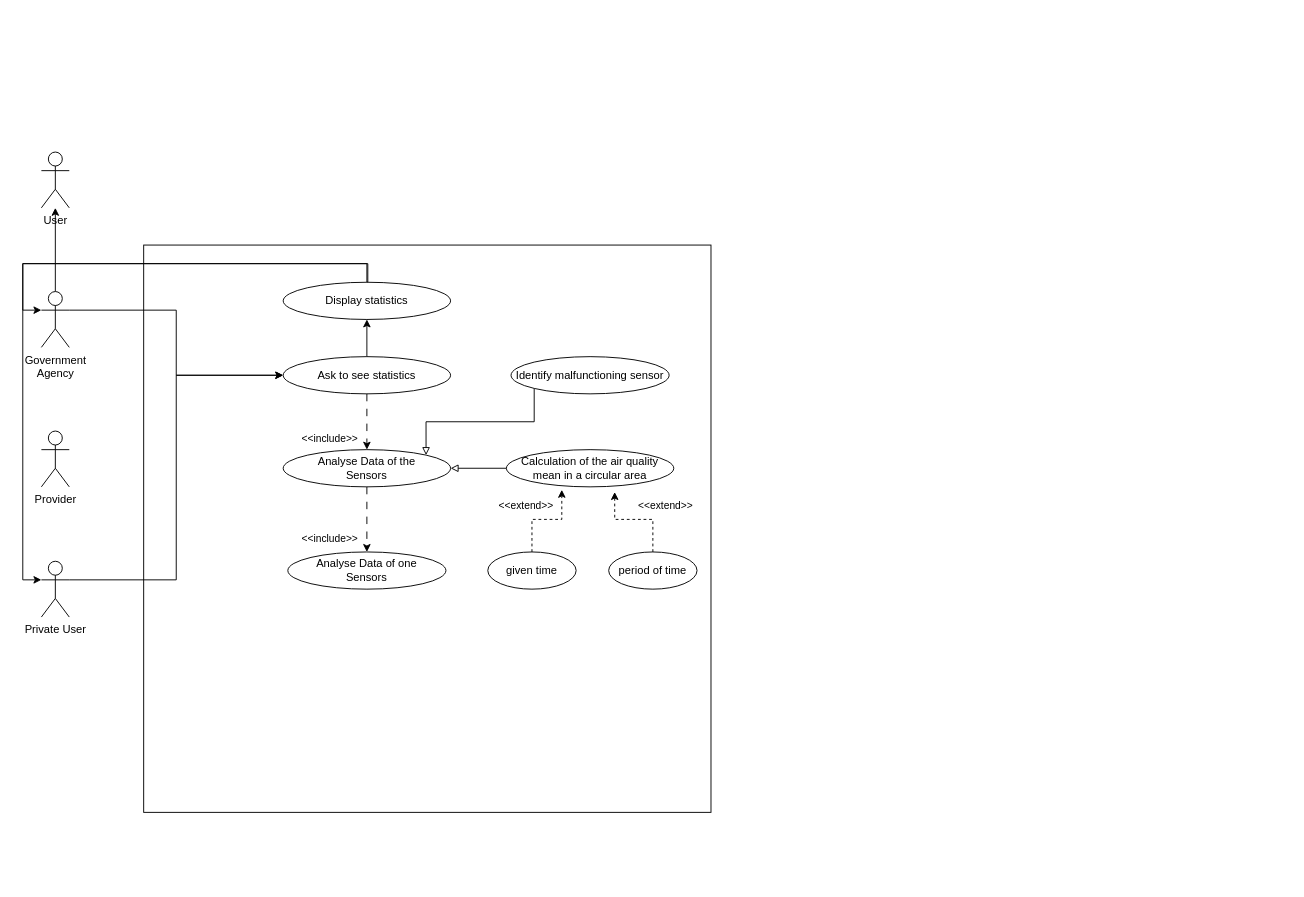
Earlier version of the draw.io diagram UseCaseDiagram.drawio (A-Allaz/ProjetUML). Source tidied: cells renumbered, new cells numbered last; positions are measured from the earlier drawing's top-left corner, leaving out a move shared by most shapes. Both pictures are drawn from the tidied source at 93%, with x=0, y=0 at pixel (22, 152).
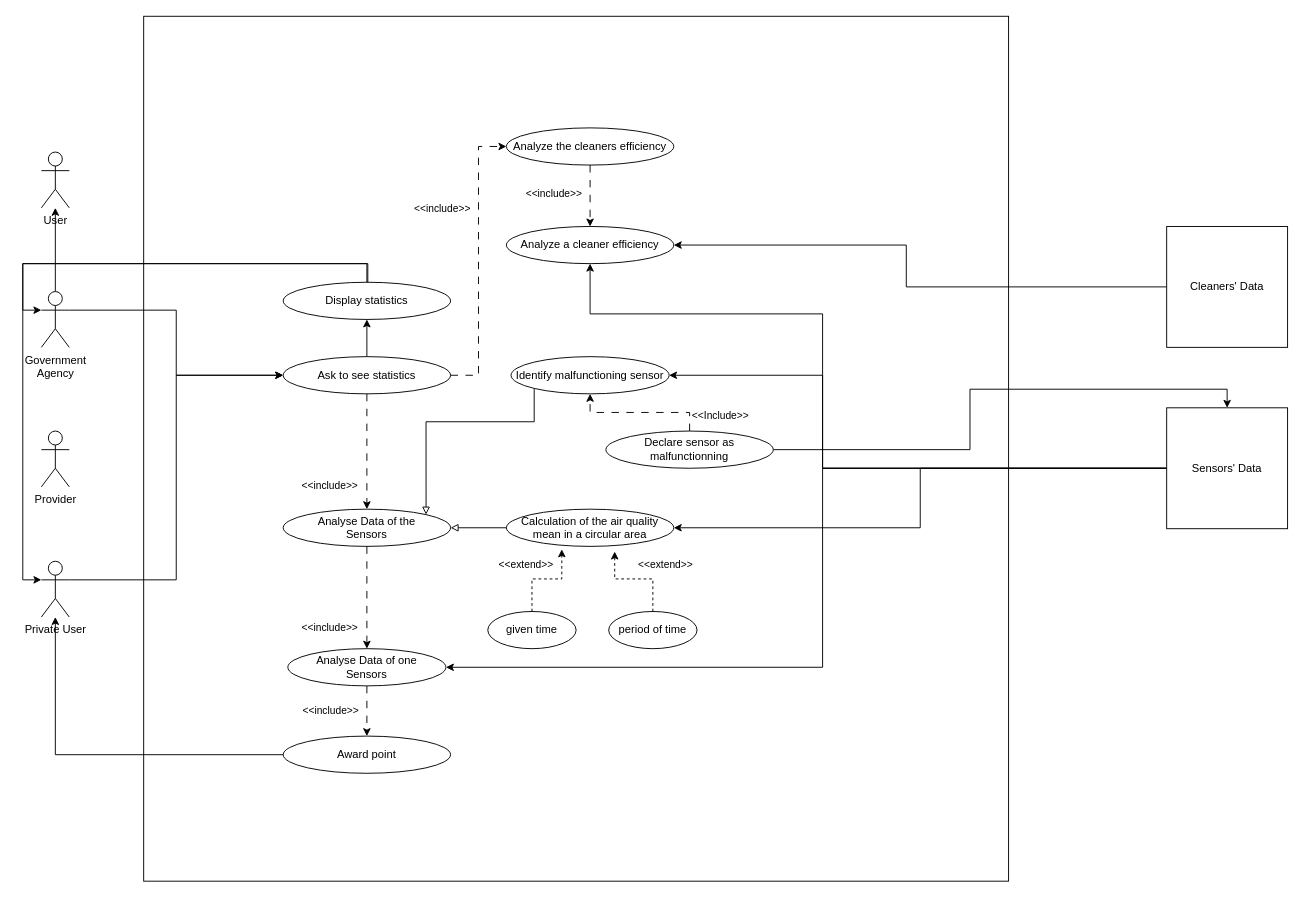
After the change.

Commit message (it also covers changes not shown here):
Suite du diagramme de cas d'usages.

Unchanged cells that the change refers to:
```xml
<mxCell id="9" value="Private User" style="shape=umlActor;verticalLabelPosition=bottom;verticalAlign=top;html=1;outlineConnect=0;" parent="1" vertex="1">
  <mxGeometry x="20" y="440" width="30" height="60" as="geometry" />
</mxCell>
<mxCell id="12" value="Ask to see statistics" style="ellipse;whiteSpace=wrap;html=1;" parent="1" vertex="1">
  <mxGeometry x="280" y="220" width="180" height="40" as="geometry" />
</mxCell>
<mxCell id="24" value="Identify malfunctioning sensor" style="ellipse;whiteSpace=wrap;html=1;" parent="1" vertex="1">
  <mxGeometry x="525" y="220" width="170" height="40" as="geometry" />
</mxCell>
```

Diff of the diagram source:
```diff
@@
     <mxCell id="2" style="whiteSpace=wrap;html=1;fillColor=default;" parent="1" vertex="1">
-      <mxGeometry x="130" y="100" width="610" height="610" as="geometry" />
+      <mxGeometry x="130" y="-146" width="930" height="930" as="geometry" />
     </mxCell>
@@
+    <mxCell id="27" style="edgeStyle=orthogonalEdgeStyle;rounded=0;jettySize=auto;html=1;exitX=1;exitY=0.5;exitDx=0;exitDy=0;entryX=0;entryY=0.5;entryDx=0;entryDy=0;dashed=1;dashPattern=8 8;" parent="1" edge="1" source="12" target="42">
+      <mxGeometry relative="1" as="geometry" />
+    </mxCell>
+    <mxCell id="28" value="&amp;lt;&amp;lt;include&amp;gt;&amp;gt;" style="edgeLabel;html=1;align=center;verticalAlign=middle;" parent="27" vertex="1">
+      <mxGeometry x="-0.01" y="3" relative="1" as="geometry">
+        <mxPoint x="-37" y="-59" as="offset" />
+      </mxGeometry>
+    </mxCell>
@@
     <mxCell id="14" value="Analyse Data of the&lt;div&gt;Sensors&lt;/div&gt;" style="ellipse;whiteSpace=wrap;html=1;" parent="1" vertex="1">
-      <mxGeometry x="280" y="320" width="180" height="40" as="geometry" />
+      <mxGeometry x="280" y="384" width="180" height="40" as="geometry" />
     </mxCell>
@@
+    <mxCell id="29" style="edgeStyle=orthogonalEdgeStyle;rounded=0;jettySize=auto;html=1;entryX=0.5;entryY=0;entryDx=0;entryDy=0;dashed=1;dashPattern=8 8;" parent="1" edge="1" source="16" target="37">
+      <mxGeometry relative="1" as="geometry" />
+    </mxCell>
+    <mxCell id="30" value="&amp;lt;&amp;lt;include&amp;gt;&amp;gt;" style="edgeLabel;html=1;align=center;verticalAlign=middle;" parent="29" vertex="1">
+      <mxGeometry x="-0.04" relative="1" as="geometry">
+        <mxPoint x="-40" as="offset" />
+      </mxGeometry>
+    </mxCell>
     <mxCell id="16" value="Analyse Data of one&lt;div&gt;Sensors&lt;/div&gt;" style="ellipse;whiteSpace=wrap;html=1;" parent="1" vertex="1">
-      <mxGeometry x="285" y="430" width="170" height="40" as="geometry" />
+      <mxGeometry x="285" y="534" width="170" height="40" as="geometry" />
     </mxCell>
@@
     <mxCell id="18" value="Calculation of the air quality mean in a circular area" style="ellipse;whiteSpace=wrap;html=1;" parent="1" vertex="1">
-      <mxGeometry x="520" y="320" width="180" height="40" as="geometry" />
+      <mxGeometry x="520" y="384" width="180" height="40" as="geometry" />
     </mxCell>
     <mxCell id="19" value="given time" style="ellipse;whiteSpace=wrap;html=1;" parent="1" vertex="1">
-      <mxGeometry x="500" y="430" width="95" height="40" as="geometry" />
+      <mxGeometry x="500" y="494" width="95" height="40" as="geometry" />
     </mxCell>
     <mxCell id="20" value="period of time" style="ellipse;whiteSpace=wrap;html=1;" parent="1" vertex="1">
-      <mxGeometry x="630" y="430" width="95" height="40" as="geometry" />
+      <mxGeometry x="630" y="494" width="95" height="40" as="geometry" />
     </mxCell>
@@
+    <mxCell id="31" style="edgeStyle=orthogonalEdgeStyle;rounded=0;jettySize=auto;html=1;entryX=1;entryY=0.5;entryDx=0;entryDy=0;" parent="1" edge="1" source="35" target="18">
+      <mxGeometry relative="1" as="geometry" />
+    </mxCell>
+    <mxCell id="32" style="edgeStyle=orthogonalEdgeStyle;rounded=0;jettySize=auto;html=1;entryX=1;entryY=0.5;entryDx=0;entryDy=0;" parent="1" edge="1" source="35" target="24">
+      <mxGeometry relative="1" as="geometry">
+        <Array as="points">
+          <mxPoint x="860" y="340" />
+          <mxPoint x="860" y="240" />
+        </Array>
+      </mxGeometry>
+    </mxCell>
+    <mxCell id="33" style="edgeStyle=orthogonalEdgeStyle;rounded=0;jettySize=auto;html=1;entryX=1;entryY=0.5;entryDx=0;entryDy=0;" parent="1" edge="1" source="35" target="16">
+      <mxGeometry relative="1" as="geometry">
+        <Array as="points">
+          <mxPoint x="860" y="340" />
+          <mxPoint x="860" y="554" />
+        </Array>
+      </mxGeometry>
+    </mxCell>
+    <mxCell id="34" style="edgeStyle=orthogonalEdgeStyle;rounded=0;jettySize=auto;html=1;entryX=0.5;entryY=1;entryDx=0;entryDy=0;" parent="1" edge="1" source="35" target="43">
+      <mxGeometry relative="1" as="geometry">
+        <Array as="points">
+          <mxPoint x="860" y="340" />
+          <mxPoint x="860" y="174" />
+          <mxPoint x="610" y="174" />
+        </Array>
+      </mxGeometry>
+    </mxCell>
+    <mxCell id="35" value="Sensors' Data" style="whiteSpace=wrap;html=1;" parent="1" vertex="1">
+      <mxGeometry x="1230" y="275" width="130" height="130" as="geometry" />
+    </mxCell>
+    <mxCell id="36" style="edgeStyle=orthogonalEdgeStyle;rounded=0;jettySize=auto;html=1;" parent="1" edge="1" source="37" target="9">
+      <mxGeometry relative="1" as="geometry" />
+    </mxCell>
+    <mxCell id="37" value="Award point" style="ellipse;whiteSpace=wrap;html=1;" parent="1" vertex="1">
+      <mxGeometry x="280" y="628" width="180" height="40" as="geometry" />
+    </mxCell>
+    <mxCell id="38" style="edgeStyle=orthogonalEdgeStyle;rounded=0;jettySize=auto;html=1;entryX=1;entryY=0.5;entryDx=0;entryDy=0;" parent="1" edge="1" source="39" target="43">
+      <mxGeometry relative="1" as="geometry">
+        <Array as="points">
+          <mxPoint x="950" y="145" />
+          <mxPoint x="950" y="100" />
+        </Array>
+      </mxGeometry>
+    </mxCell>
+    <mxCell id="39" value="Cleaners' Data" style="whiteSpace=wrap;html=1;" parent="1" vertex="1">
+      <mxGeometry x="1230" y="80" width="130" height="130" as="geometry" />
+    </mxCell>
+    <mxCell id="40" style="edgeStyle=orthogonalEdgeStyle;rounded=0;jettySize=auto;html=1;exitX=0.5;exitY=1;exitDx=0;exitDy=0;entryX=0.5;entryY=0;entryDx=0;entryDy=0;dashed=1;dashPattern=8 8;" parent="1" edge="1" source="42" target="43">
+      <mxGeometry relative="1" as="geometry" />
+    </mxCell>
+    <mxCell id="41" value="&amp;lt;&amp;lt;include&amp;gt;&amp;gt;" style="edgeLabel;html=1;align=center;verticalAlign=middle;" parent="40" vertex="1">
+      <mxGeometry x="-0.38" y="3" relative="1" as="geometry">
+        <mxPoint x="-43" y="10" as="offset" />
+      </mxGeometry>
+    </mxCell>
+    <mxCell id="42" value="Analyze the cleaners efficiency" style="ellipse;whiteSpace=wrap;html=1;" parent="1" vertex="1">
+      <mxGeometry x="520" y="-26" width="180" height="40" as="geometry" />
+    </mxCell>
+    <mxCell id="43" value="Analyze a cleaner efficiency" style="ellipse;whiteSpace=wrap;html=1;" parent="1" vertex="1">
+      <mxGeometry x="520" y="80" width="180" height="40" as="geometry" />
+    </mxCell>
+    <mxCell id="44" value="&amp;lt;&amp;lt;Include&amp;gt;&amp;gt;" style="edgeStyle=orthogonalEdgeStyle;rounded=0;jettySize=auto;html=1;entryX=0.5;entryY=1;entryDx=0;entryDy=0;dashed=1;dashPattern=8 8;" parent="1" edge="1" source="46" target="24">
+      <mxGeometry x="-0.78" y="-33" relative="1" as="geometry" />
+    </mxCell>
+    <mxCell id="45" style="edgeStyle=orthogonalEdgeStyle;rounded=0;jettySize=auto;html=1;exitX=1;exitY=0.5;exitDx=0;exitDy=0;entryX=0.5;entryY=0;entryDx=0;entryDy=0;" parent="1" edge="1" source="46" target="35">
+      <mxGeometry relative="1" as="geometry" />
+    </mxCell>
+    <mxCell id="46" value="Declare sensor as malfunctionning" style="ellipse;whiteSpace=wrap;html=1;" parent="1" vertex="1">
+      <mxGeometry x="627" y="300" width="180" height="40" as="geometry" />
+    </mxCell>
```
